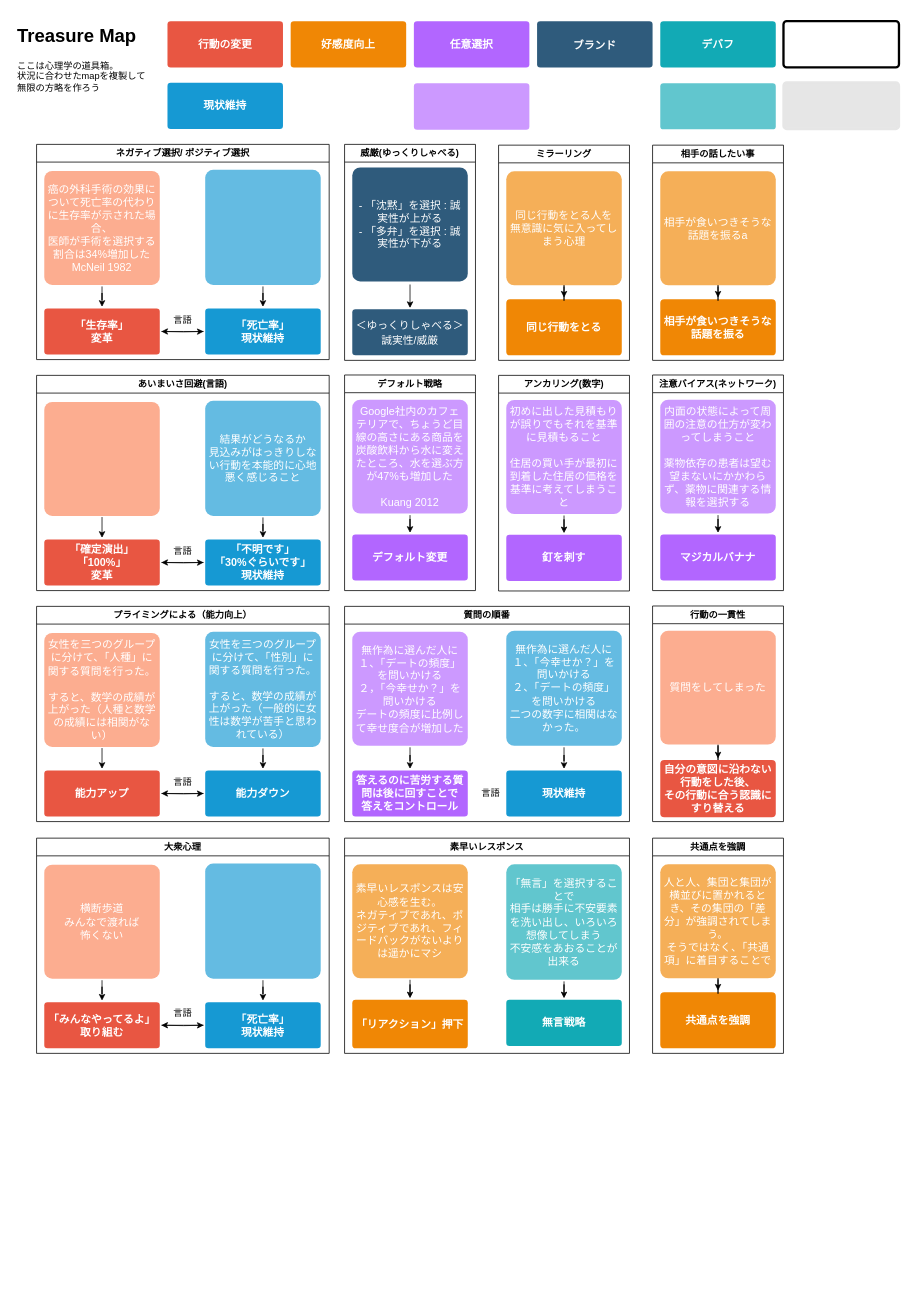
Before: page "treasure_map" (1 of 10) of psy/psy.drawio in minegishirei/draw_v1, a draw.io diagram. Source tidied: cells renumbered, new cells numbered last; positions are measured from the earlier drawing's top-left corner, leaving out a move shared by most shapes. Both pictures are drawn from the tidied source at 77%, with x=0, y=0 at pixel (13, 21).
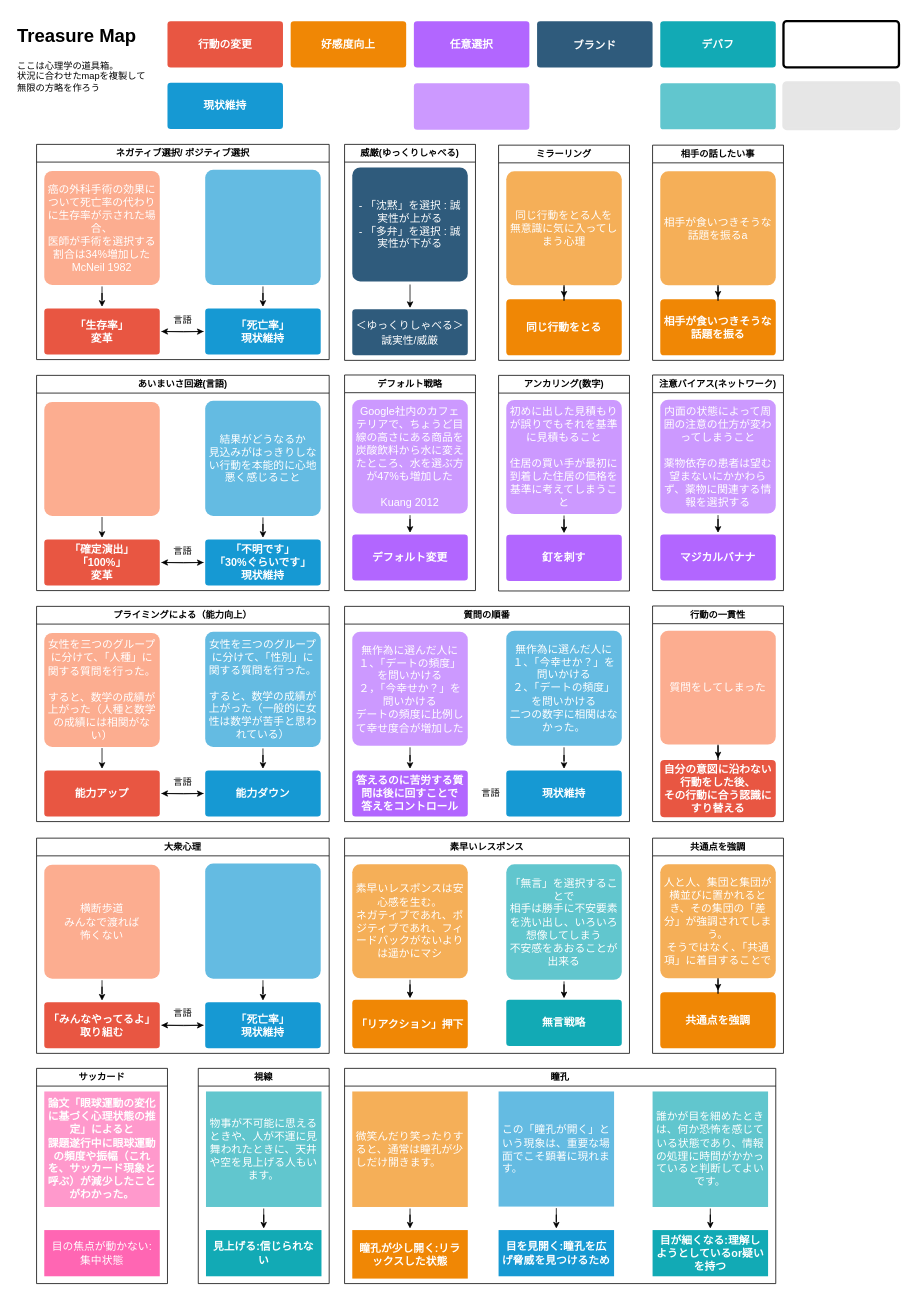
The same page after the edit.

Commit message:
psy.drawio を更新します

Change to the diagram source:
```diff
@@
+    <mxCell id="100" value="瞳孔" style="swimlane;whiteSpace=wrap;html=1;startSize=23;" parent="1" vertex="1">
+      <mxGeometry x="430" y="1360" width="560" height="279.5" as="geometry" />
+    </mxCell>
+    <mxCell id="101" value="瞳孔が少し開く:リラックスした状態&lt;div&gt;&lt;/div&gt;" style="rounded=1;whiteSpace=wrap;html=1;shadow=0;labelBackgroundColor=none;strokeColor=none;strokeWidth=3;fillColor=#F08705;fontFamily=Helvetica;fontSize=14;fontColor=#FFFFFF;align=center;spacing=5;fontStyle=1;arcSize=0;perimeterSpacing=2;" parent="100" vertex="1">
+      <mxGeometry x="10" y="210" width="150" height="63" as="geometry" />
+    </mxCell>
+    <mxCell id="102" style="edgeStyle=orthogonalEdgeStyle;rounded=0;jettySize=auto;html=1;" parent="100" edge="1" source="103" target="101">
+      <mxGeometry relative="1" as="geometry" />
+    </mxCell>
+    <mxCell id="103" value="微笑んだり笑ったりすると、通常は瞳孔が少しだけ開きます。" style="rounded=1;whiteSpace=wrap;html=1;shadow=0;labelBackgroundColor=none;strokeColor=none;strokeWidth=3;fillColor=#f5af58;fontFamily=Helvetica;fontSize=14;fontColor=#FFFFFF;align=left;spacing=5;arcSize=0;perimeterSpacing=2;" parent="100" vertex="1">
+      <mxGeometry x="10" y="30" width="150" height="150" as="geometry" />
+    </mxCell>
+    <mxCell id="104" value="目を見開く:瞳孔を広げ脅威を見つけるため" style="rounded=1;whiteSpace=wrap;html=1;shadow=0;labelBackgroundColor=none;strokeColor=none;strokeWidth=3;fillColor=#1699d3;fontFamily=Helvetica;fontSize=14;fontColor=#FFFFFF;align=center;spacing=5;fontStyle=1;arcSize=0;perimeterSpacing=2;" parent="100" vertex="1">
+      <mxGeometry x="200" y="210" width="150" height="60" as="geometry" />
+    </mxCell>
+    <mxCell id="105" style="edgeStyle=orthogonalEdgeStyle;rounded=0;jettySize=auto;html=1;entryX=0.5;entryY=0;entryDx=0;entryDy=0;" parent="100" edge="1" source="106" target="104">
+      <mxGeometry relative="1" as="geometry" />
+    </mxCell>
+    <mxCell id="106" value="この「瞳孔が開く」という現象は、重要な場面でこそ顕著に現れます。" style="rounded=1;whiteSpace=wrap;html=1;shadow=0;labelBackgroundColor=none;strokeColor=none;strokeWidth=3;fillColor=#64bbe2;fontFamily=Helvetica;fontSize=14;fontColor=#FFFFFF;align=left;spacing=5;arcSize=0;perimeterSpacing=2;" parent="100" vertex="1">
+      <mxGeometry x="200" y="30" width="150" height="149.5" as="geometry" />
+    </mxCell>
+    <mxCell id="107" style="edgeStyle=orthogonalEdgeStyle;rounded=0;jettySize=auto;html=1;" parent="100" edge="1" source="108" target="109">
+      <mxGeometry relative="1" as="geometry" />
+    </mxCell>
+    <mxCell id="108" value="誰かが目を細めたときは、何か恐怖を感じている状態であり、情報の処理に時間がかかっていると判断してよいです。" style="rounded=1;whiteSpace=wrap;html=1;shadow=0;labelBackgroundColor=none;strokeColor=none;strokeWidth=3;fillColor=#61c6ce;fontFamily=Helvetica;fontSize=14;fontColor=#FFFFFF;align=center;spacing=5;fontStyle=0;arcSize=0;perimeterSpacing=2;" parent="100" vertex="1">
+      <mxGeometry x="400" y="30" width="150" height="150" as="geometry" />
+    </mxCell>
+    <mxCell id="109" value="目が細くなる:理解しようとしているor疑いを持つ" style="rounded=1;whiteSpace=wrap;html=1;shadow=0;labelBackgroundColor=none;strokeColor=none;strokeWidth=3;fillColor=#12aab5;fontFamily=Helvetica;fontSize=14;fontColor=#FFFFFF;align=center;spacing=5;fontStyle=1;arcSize=0;perimeterSpacing=2;" parent="100" vertex="1">
+      <mxGeometry x="400" y="210" width="150" height="60" as="geometry" />
+    </mxCell>
+    <mxCell id="110" value="サッカード" style="swimlane;whiteSpace=wrap;html=1;startSize=23;" parent="1" vertex="1">
+      <mxGeometry x="30" y="1360" width="170" height="279.5" as="geometry" />
+    </mxCell>
+    <mxCell id="111" value="目の焦点が動かない:集中状態" style="rounded=1;whiteSpace=wrap;html=1;shadow=0;labelBackgroundColor=none;strokeColor=none;strokeWidth=3;fillColor=#FF66B3;fontFamily=Helvetica;fontSize=14;fontColor=#FFFFFF;align=center;spacing=5;fontStyle=0;arcSize=0;perimeterSpacing=2;" parent="110" vertex="1">
+      <mxGeometry x="10" y="210" width="150" height="60" as="geometry" />
+    </mxCell>
+    <mxCell id="112" value="&lt;div&gt;論文「眼球運動の変化に基づく心理状態の推定」によると&lt;/div&gt;&lt;div&gt;課題遂行中に眼球運動の頻度や振幅（これを、サッカード現象と呼ぶ）が減少したことがわかった。&lt;/div&gt;" style="rounded=1;whiteSpace=wrap;html=1;shadow=0;labelBackgroundColor=none;strokeColor=none;strokeWidth=3;fillColor=#FF99CC;fontFamily=Helvetica;fontSize=14;fontColor=#FFFFFF;align=center;spacing=5;fontStyle=1;arcSize=0;perimeterSpacing=2;" parent="110" vertex="1">
+      <mxGeometry x="10" y="30" width="150" height="150" as="geometry" />
+    </mxCell>
+    <mxCell id="113" value="視線" style="swimlane;whiteSpace=wrap;html=1;startSize=23;" parent="1" vertex="1">
+      <mxGeometry x="240" y="1360" width="170" height="279.5" as="geometry" />
+    </mxCell>
+    <mxCell id="114" style="edgeStyle=orthogonalEdgeStyle;rounded=0;jettySize=auto;html=1;" parent="113" edge="1" source="115" target="116">
+      <mxGeometry relative="1" as="geometry" />
+    </mxCell>
+    <mxCell id="115" value="物事が不可能に思えるときや、人が不運に見舞われたときに、天井や空を見上げる人もいます。" style="rounded=1;whiteSpace=wrap;html=1;shadow=0;labelBackgroundColor=none;strokeColor=none;strokeWidth=3;fillColor=#61c6ce;fontFamily=Helvetica;fontSize=14;fontColor=#FFFFFF;align=center;spacing=5;fontStyle=0;arcSize=0;perimeterSpacing=2;" parent="113" vertex="1">
+      <mxGeometry x="10" y="30" width="150" height="150" as="geometry" />
+    </mxCell>
+    <mxCell id="116" value="見上げる:信じられない" style="rounded=1;whiteSpace=wrap;html=1;shadow=0;labelBackgroundColor=none;strokeColor=none;strokeWidth=3;fillColor=#12aab5;fontFamily=Helvetica;fontSize=14;fontColor=#FFFFFF;align=center;spacing=5;fontStyle=1;arcSize=0;perimeterSpacing=2;" parent="113" vertex="1">
+      <mxGeometry x="10" y="210" width="150" height="60" as="geometry" />
+    </mxCell>
```
